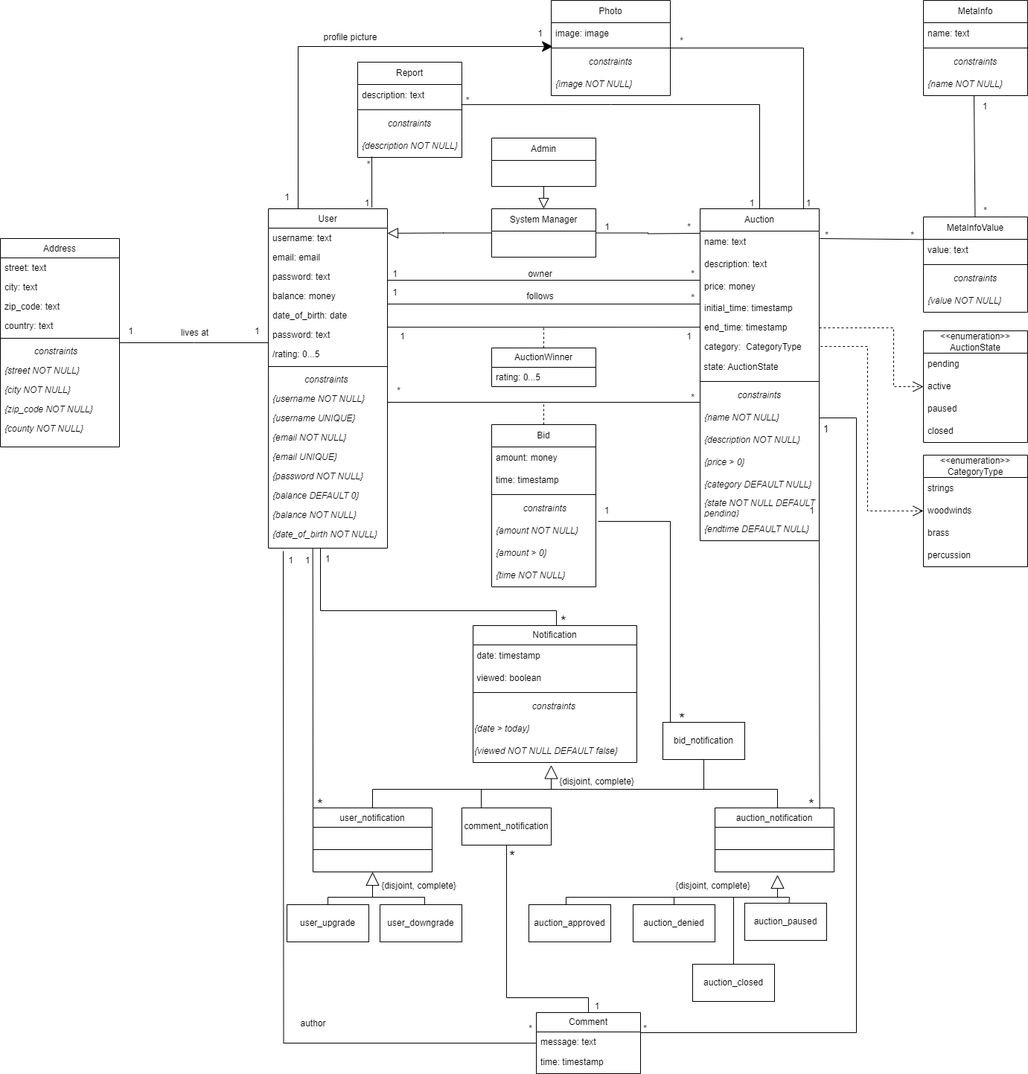
Sereno1710/feup-lbaw keeps this draw.io diagram as wiki/resources/UML.png. Above is the earlier version. Source tidied: cells renumbered, new cells last; positions are measured from the earlier drawing's top-left corner, leaving out a move shared by most shapes.
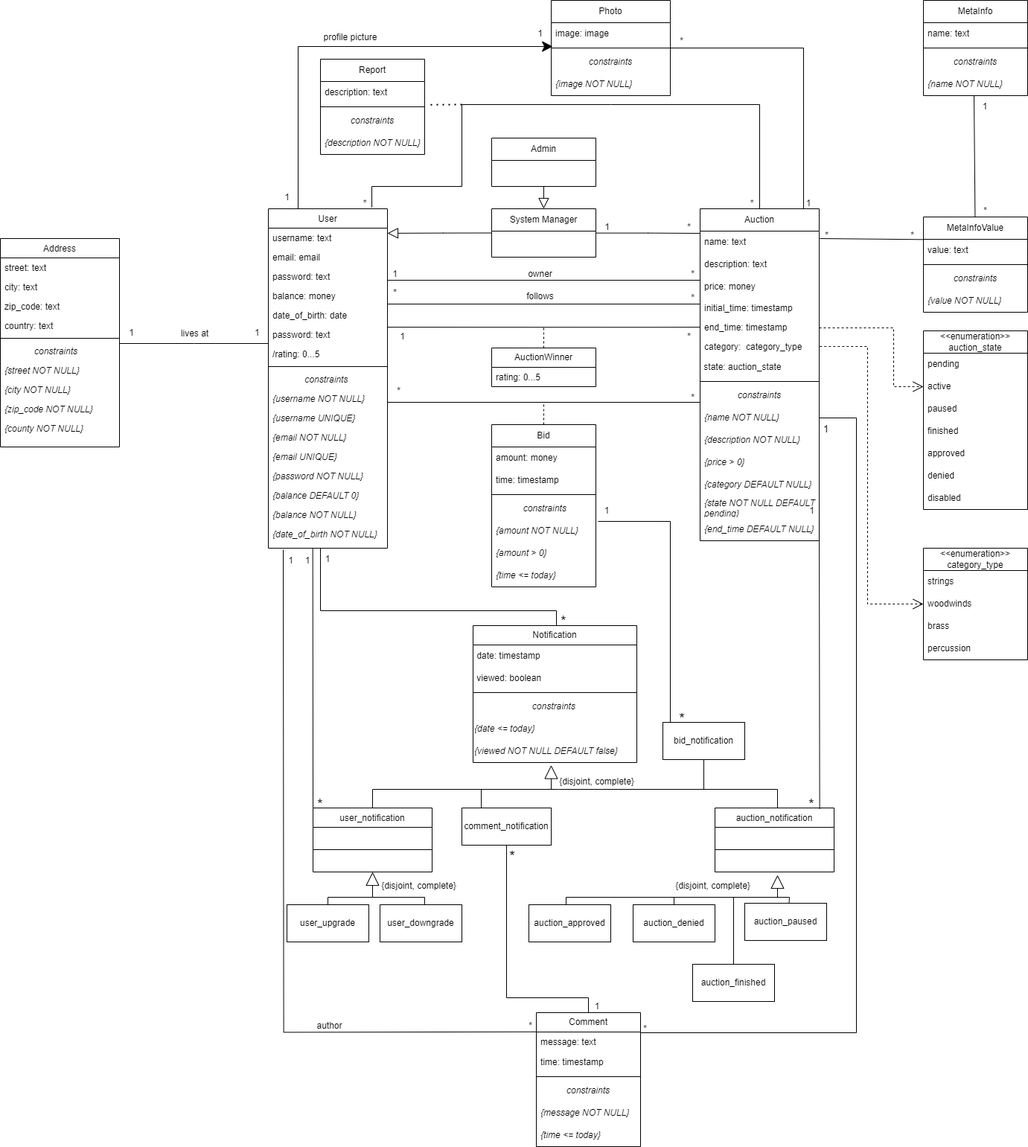
Later version of the same file.

Diff of the diagram source:
```diff
@@ -148,10 +148,10 @@
     <mxCell id="44" value="end_time: timestamp" style="text;strokeColor=none;fillColor=none;align=left;verticalAlign=top;spacingLeft=4;spacingRight=4;overflow=hidden;whiteSpace=wrap;html=1;fontSize=12;" parent="39" vertex="1">
       <mxGeometry y="146" width="160" height="26" as="geometry" />
     </mxCell>
-    <mxCell id="45" value="category:&amp;nbsp; CategoryType" style="text;strokeColor=none;fillColor=none;align=left;verticalAlign=top;spacingLeft=4;spacingRight=4;overflow=hidden;points=[[0,0.5],[1,0.5]];portConstraint=eastwest;whiteSpace=wrap;html=1;fontSize=12;" parent="39" vertex="1">
+    <mxCell id="45" value="category:&amp;nbsp; category_type" style="text;strokeColor=none;fillColor=none;align=left;verticalAlign=top;spacingLeft=4;spacingRight=4;overflow=hidden;points=[[0,0.5],[1,0.5]];portConstraint=eastwest;whiteSpace=wrap;html=1;fontSize=12;" parent="39" vertex="1">
       <mxGeometry y="172" width="160" height="26" as="geometry" />
     </mxCell>
-    <mxCell id="46" value="&amp;nbsp;state: AuctionState" style="text;html=1;align=left;verticalAlign=middle;strokeColor=none;fillColor=none;" parent="39" vertex="1">
+    <mxCell id="46" value="&amp;nbsp;state: auction_state" style="text;html=1;align=left;verticalAlign=middle;strokeColor=none;fillColor=none;" parent="39" vertex="1">
       <mxGeometry y="198" width="160" height="30" as="geometry" />
     </mxCell>
     <mxCell id="47" style="line;strokeWidth=1;fillColor=none;align=left;verticalAlign=middle;spacingTop=-1;spacingLeft=3;spacingRight=3;labelPosition=right;strokeColor=inherit;fontSize=12;" parent="39" vertex="1">
@@ -175,7 +175,7 @@
     <mxCell id="53" value="{state NOT NULL DEFAULT pending}" style="text;strokeColor=none;fillColor=none;align=left;verticalAlign=middle;spacingLeft=4;spacingRight=4;overflow=hidden;points=[[0,0.5],[1,0.5]];portConstraint=eastwest;whiteSpace=wrap;html=1;fontSize=12;fontStyle=2;" parent="39" vertex="1">
       <mxGeometry y="386" width="160" height="30" as="geometry" />
     </mxCell>
-    <mxCell id="54" value="{endtime DEFAULT NULL}" style="text;strokeColor=none;fillColor=none;align=left;verticalAlign=middle;spacingLeft=4;spacingRight=4;overflow=hidden;whiteSpace=wrap;html=1;fontSize=12;fontStyle=2;" parent="39" vertex="1">
+    <mxCell id="54" value="{end_time DEFAULT NULL}" style="text;strokeColor=none;fillColor=none;align=left;verticalAlign=middle;spacingLeft=4;spacingRight=4;overflow=hidden;whiteSpace=wrap;html=1;fontSize=12;fontStyle=2;" parent="39" vertex="1">
       <mxGeometry y="416" width="160" height="30" as="geometry" />
     </mxCell>
     <mxCell id="55" style="edgeStyle=orthogonalEdgeStyle;rounded=0;jettySize=auto;html=1;endArrow=none;endFill=0;dashed=1;" parent="1" edge="1" source="56">
@@ -204,7 +204,7 @@
     <mxCell id="62" value="&lt;div style=&quot;font-size: 12px;&quot;&gt;&lt;i style=&quot;font-size: 12px;&quot;&gt;{amount &amp;gt; 0}&lt;/i&gt;&lt;/div&gt;" style="text;strokeColor=none;fillColor=none;align=left;verticalAlign=middle;spacingLeft=4;spacingRight=4;overflow=hidden;whiteSpace=wrap;html=1;fontSize=12;" parent="56" vertex="1">
       <mxGeometry y="158" width="140" height="30" as="geometry" />
     </mxCell>
-    <mxCell id="63" value="&lt;div style=&quot;font-size: 12px;&quot;&gt;&lt;i style=&quot;font-size: 12px;&quot;&gt;{time NOT NULL}&lt;/i&gt;&lt;/div&gt;" style="text;strokeColor=none;fillColor=none;align=left;verticalAlign=middle;spacingLeft=4;spacingRight=4;overflow=hidden;whiteSpace=wrap;html=1;fontSize=12;" parent="56" vertex="1">
+    <mxCell id="63" value="&lt;div style=&quot;font-size: 12px;&quot;&gt;&lt;i style=&quot;font-size: 12px;&quot;&gt;{time &amp;lt;= today}&lt;/i&gt;&lt;/div&gt;" style="text;strokeColor=none;fillColor=none;align=left;verticalAlign=middle;spacingLeft=4;spacingRight=4;overflow=hidden;whiteSpace=wrap;html=1;fontSize=12;" parent="56" vertex="1">
       <mxGeometry y="188" width="140" height="30" as="geometry" />
     </mxCell>
     <mxCell id="64" style="edgeStyle=orthogonalEdgeStyle;rounded=0;orthogonalLoop=1;jettySize=auto;html=1;entryX=1;entryY=0.5;entryDx=0;entryDy=0;endArrow=none;endFill=0;" parent="1" edge="1">
@@ -219,7 +219,7 @@
       </mxGeometry>
     </mxCell>
     <mxCell id="65" value="Comment" style="swimlane;fontStyle=0;horizontal=1;startSize=26;fillColor=none;whiteSpace=wrap;html=1;fontSize=12;" parent="1" vertex="1">
-      <mxGeometry x="720" y="1360" width="140" height="82" as="geometry" />
+      <mxGeometry x="720" y="1360" width="140" height="180" as="geometry" />
     </mxCell>
     <mxCell id="66" value="message: text" style="text;strokeColor=none;fillColor=none;align=left;verticalAlign=top;spacingLeft=4;spacingRight=4;overflow=hidden;whiteSpace=wrap;html=1;fontSize=12;" parent="65" vertex="1">
       <mxGeometry y="26" width="140" height="26" as="geometry" />
@@ -227,6 +227,18 @@
     <mxCell id="67" value="time: timestamp" style="text;strokeColor=none;fillColor=none;align=left;verticalAlign=middle;spacingLeft=4;spacingRight=4;overflow=hidden;whiteSpace=wrap;html=1;fontSize=12;" parent="65" vertex="1">
       <mxGeometry y="52" width="140" height="30" as="geometry" />
     </mxCell>
+    <mxCell id="199" style="line;strokeWidth=1;fillColor=none;align=left;verticalAlign=middle;spacingTop=-1;spacingLeft=3;spacingRight=3;labelPosition=right;strokeColor=inherit;" parent="65" vertex="1">
+      <mxGeometry y="82" width="140" height="8" as="geometry" />
+    </mxCell>
+    <mxCell id="200" value="&lt;i&gt;constraints&lt;/i&gt;" style="text;strokeColor=none;fillColor=none;align=center;verticalAlign=middle;spacingLeft=4;spacingRight=4;overflow=hidden;whiteSpace=wrap;html=1;fontSize=12;" parent="65" vertex="1">
+      <mxGeometry y="90" width="140" height="30" as="geometry" />
+    </mxCell>
+    <mxCell id="201" value="&lt;i&gt;{message NOT NULL}&lt;/i&gt;" style="text;strokeColor=none;fillColor=none;align=left;verticalAlign=middle;spacingLeft=4;spacingRight=4;overflow=hidden;whiteSpace=wrap;html=1;fontSize=12;" parent="65" vertex="1">
+      <mxGeometry y="120" width="140" height="30" as="geometry" />
+    </mxCell>
+    <mxCell id="202" value="&lt;i&gt;{time &amp;lt;= today}&lt;/i&gt;" style="text;strokeColor=none;fillColor=none;align=left;verticalAlign=middle;spacingLeft=4;spacingRight=4;overflow=hidden;whiteSpace=wrap;html=1;fontSize=12;" parent="65" vertex="1">
+      <mxGeometry y="150" width="140" height="30" as="geometry" />
+    </mxCell>
     <mxCell id="68" style="edgeStyle=orthogonalEdgeStyle;rounded=0;jettySize=auto;html=1;dashed=1;endArrow=none;endFill=0;" parent="1" edge="1" source="69">
       <mxGeometry relative="1" as="geometry">
         <mxPoint x="730" y="440" as="targetPoint" />
@@ -316,9 +328,10 @@
     <mxCell id="95" value="*" style="text;html=1;align=center;verticalAlign=middle;strokeColor=none;fillColor=none;fontSize=12;" parent="1" vertex="1">
       <mxGeometry x="1308" y="268" width="30" height="30" as="geometry" />
     </mxCell>
-    <mxCell id="96" style="edgeStyle=orthogonalEdgeStyle;rounded=0;jettySize=auto;html=1;entryX=1;entryY=0.25;entryDx=0;entryDy=0;endArrow=none;endFill=0;fontSize=12;exitX=0;exitY=0.5;exitDx=0;exitDy=0;" parent="1" edge="1" source="65">
+    <mxCell id="96" style="edgeStyle=orthogonalEdgeStyle;rounded=0;orthogonalLoop=1;jettySize=auto;html=1;entryX=1;entryY=0.25;entryDx=0;entryDy=0;endArrow=none;endFill=0;fontSize=12;exitX=-0.003;exitY=0.068;exitDx=0;exitDy=0;exitPerimeter=0;" parent="1" edge="1">
       <mxGeometry relative="1" as="geometry">
-        <mxPoint x="380" y="740" as="targetPoint" />
+        <mxPoint x="719.6" y="1385.8" as="sourcePoint" />
+        <mxPoint x="380" y="738" as="targetPoint" />
       </mxGeometry>
     </mxCell>
     <mxCell id="97" value="*" style="text;html=1;align=center;verticalAlign=middle;strokeColor=none;fillColor=none;fontSize=12;" parent="1" vertex="1">
@@ -356,7 +369,7 @@
     <mxCell id="105" value="*" style="text;html=1;align=center;verticalAlign=middle;strokeColor=none;fillColor=none;" parent="1" vertex="1">
       <mxGeometry x="915" y="353" width="30" height="30" as="geometry" />
     </mxCell>
-    <mxCell id="106" value="1" style="text;html=1;align=center;verticalAlign=middle;strokeColor=none;fillColor=none;" parent="1" vertex="1">
+    <mxCell id="106" value="*" style="text;html=1;align=center;verticalAlign=middle;strokeColor=none;fillColor=none;" parent="1" vertex="1">
       <mxGeometry x="515" y="378" width="30" height="30" as="geometry" />
     </mxCell>
     <mxCell id="107" value="follows" style="text;html=1;align=center;verticalAlign=middle;strokeColor=none;fillColor=none;" parent="1" vertex="1">
@@ -365,8 +378,8 @@
     <mxCell id="108" value="*" style="text;html=1;align=center;verticalAlign=middle;strokeColor=none;fillColor=none;" parent="1" vertex="1">
       <mxGeometry x="915" y="385" width="30" height="30" as="geometry" />
     </mxCell>
-    <mxCell id="109" value="&lt;div&gt;&amp;lt;&amp;lt;enumeration&amp;gt;&amp;gt;&lt;/div&gt;&lt;div&gt;CategoryType&lt;br&gt;&lt;/div&gt;" style="swimlane;fontStyle=0;horizontal=1;startSize=30;whiteSpace=wrap;html=1;" parent="1" vertex="1">
-      <mxGeometry x="1240" y="611" width="140" height="150" as="geometry" />
+    <mxCell id="109" value="&lt;div&gt;&amp;lt;&amp;lt;enumeration&amp;gt;&amp;gt;&lt;/div&gt;&lt;div&gt;category_type&lt;br&gt;&lt;/div&gt;" style="swimlane;fontStyle=0;horizontal=1;startSize=30;whiteSpace=wrap;html=1;" parent="1" vertex="1">
+      <mxGeometry x="1240" y="736" width="140" height="150" as="geometry" />
     </mxCell>
     <mxCell id="110" value="strings" style="text;strokeColor=none;fillColor=none;align=left;verticalAlign=middle;spacingLeft=4;spacingRight=4;overflow=hidden;whiteSpace=wrap;html=1;" parent="109" vertex="1">
       <mxGeometry y="30" width="140" height="30" as="geometry" />
@@ -405,7 +418,7 @@
       <mxGeometry x="375" y="738" width="30" height="30" as="geometry" />
     </mxCell>
     <mxCell id="120" value="*" style="text;html=1;align=center;verticalAlign=middle;strokeColor=none;fillColor=none;" parent="1" vertex="1">
-      <mxGeometry x="697" y="1367" width="30" height="30" as="geometry" />
+      <mxGeometry x="697" y="1363" width="30" height="30" as="geometry" />
     </mxCell>
     <mxCell id="121" value="*" style="text;html=1;align=center;verticalAlign=middle;strokeColor=none;fillColor=none;" parent="1" vertex="1">
       <mxGeometry x="851" y="1367" width="30" height="30" as="geometry" />
@@ -413,8 +426,8 @@
     <mxCell id="122" value="1" style="text;html=1;align=center;verticalAlign=middle;strokeColor=none;fillColor=none;fontSize=13;" parent="1" vertex="1">
       <mxGeometry x="1094" y="561" width="30" height="30" as="geometry" />
     </mxCell>
-    <mxCell id="123" value="&lt;div&gt;&amp;lt;&amp;lt;enumeration&amp;gt;&amp;gt;&lt;/div&gt;&lt;div&gt;AuctionState&lt;/div&gt;" style="swimlane;fontStyle=0;horizontal=1;startSize=30;whiteSpace=wrap;html=1;" parent="1" vertex="1">
-      <mxGeometry x="1240" y="444" width="140" height="150" as="geometry" />
+    <mxCell id="123" value="&lt;div&gt;&amp;lt;&amp;lt;enumeration&amp;gt;&amp;gt;&lt;/div&gt;&lt;div&gt;auction_state&lt;/div&gt;" style="swimlane;fontStyle=0;horizontal=1;startSize=30;whiteSpace=wrap;html=1;" parent="1" vertex="1">
+      <mxGeometry x="1240" y="444" width="140" height="240" as="geometry" />
     </mxCell>
     <mxCell id="124" value="pending" style="text;strokeColor=none;fillColor=none;align=left;verticalAlign=middle;spacingLeft=4;spacingRight=4;overflow=hidden;whiteSpace=wrap;html=1;" parent="123" vertex="1">
       <mxGeometry y="30" width="140" height="30" as="geometry" />
@@ -425,9 +438,18 @@
     <mxCell id="126" value="paused" style="text;strokeColor=none;fillColor=none;align=left;verticalAlign=middle;spacingLeft=4;spacingRight=4;overflow=hidden;whiteSpace=wrap;html=1;" parent="123" vertex="1">
       <mxGeometry y="90" width="140" height="30" as="geometry" />
     </mxCell>
-    <mxCell id="127" value="closed" style="text;strokeColor=none;fillColor=none;align=left;verticalAlign=middle;spacingLeft=4;spacingRight=4;overflow=hidden;whiteSpace=wrap;html=1;" parent="123" vertex="1">
+    <mxCell id="127" value="finished" style="text;strokeColor=none;fillColor=none;align=left;verticalAlign=middle;spacingLeft=4;spacingRight=4;overflow=hidden;whiteSpace=wrap;html=1;" parent="123" vertex="1">
       <mxGeometry y="120" width="140" height="30" as="geometry" />
     </mxCell>
+    <mxCell id="203" value="approved" style="text;strokeColor=none;fillColor=none;align=left;verticalAlign=middle;spacingLeft=4;spacingRight=4;overflow=hidden;whiteSpace=wrap;html=1;" parent="123" vertex="1">
+      <mxGeometry y="150" width="140" height="30" as="geometry" />
+    </mxCell>
+    <mxCell id="204" value="denied" style="text;strokeColor=none;fillColor=none;align=left;verticalAlign=middle;spacingLeft=4;spacingRight=4;overflow=hidden;whiteSpace=wrap;html=1;" parent="123" vertex="1">
+      <mxGeometry y="180" width="140" height="30" as="geometry" />
+    </mxCell>
+    <mxCell id="205" value="disabled" style="text;strokeColor=none;fillColor=none;align=left;verticalAlign=middle;spacingLeft=4;spacingRight=4;overflow=hidden;whiteSpace=wrap;html=1;" parent="123" vertex="1">
+      <mxGeometry y="210" width="140" height="30" as="geometry" />
+    </mxCell>
     <mxCell id="128" style="edgeStyle=orthogonalEdgeStyle;rounded=0;jettySize=auto;html=1;entryX=0;entryY=0.5;entryDx=0;entryDy=0;dashed=1;endArrow=open;endFill=0;endSize=12;" parent="1" edge="1" target="125">
       <mxGeometry relative="1" as="geometry">
         <mxPoint x="1100" y="440" as="sourcePoint" />
@@ -447,14 +469,14 @@
         </Array>
       </mxGeometry>
     </mxCell>
-    <mxCell id="130" value="1" style="text;html=1;align=center;verticalAlign=middle;strokeColor=none;fillColor=none;" parent="1" vertex="1">
+    <mxCell id="130" value="*" style="text;html=1;align=center;verticalAlign=middle;strokeColor=none;fillColor=none;" parent="1" vertex="1">
       <mxGeometry x="910" y="437" width="30" height="30" as="geometry" />
     </mxCell>
     <mxCell id="131" value="1" style="text;html=1;align=center;verticalAlign=middle;strokeColor=none;fillColor=none;" parent="1" vertex="1">
       <mxGeometry x="525" y="437" width="30" height="30" as="geometry" />
     </mxCell>
     <mxCell id="132" value="author" style="text;html=1;align=center;verticalAlign=middle;strokeColor=none;fillColor=none;" parent="1" vertex="1">
-      <mxGeometry x="390" y="1360" width="60" height="30" as="geometry" />
+      <mxGeometry x="412" y="1363" width="60" height="30" as="geometry" />
     </mxCell>
     <mxCell id="133" value="comment_notification" style="html=1;whiteSpace=wrap;" parent="1" vertex="1">
       <mxGeometry x="620" y="1085" width="120" height="50" as="geometry" />
@@ -480,7 +502,7 @@
     <mxCell id="140" value="&lt;i&gt;constraints&lt;/i&gt;&amp;nbsp;" style="text;html=1;align=center;verticalAlign=middle;strokeColor=none;fillColor=none;" parent="136" vertex="1">
       <mxGeometry y="94" width="220" height="30" as="geometry" />
     </mxCell>
-    <mxCell id="141" value="&lt;i&gt;{date &amp;gt; today}&lt;/i&gt;" style="text;html=1;align=left;verticalAlign=middle;strokeColor=none;fillColor=none;" parent="136" vertex="1">
+    <mxCell id="141" value="&lt;i&gt;{date &amp;lt;= today}&lt;/i&gt;" style="text;html=1;align=left;verticalAlign=middle;strokeColor=none;fillColor=none;" parent="136" vertex="1">
       <mxGeometry y="124" width="220" height="30" as="geometry" />
     </mxCell>
     <mxCell id="142" value="&lt;i&gt;{viewed NOT NULL DEFAULT false}&lt;/i&gt;" style="text;html=1;align=left;verticalAlign=middle;points=[];strokeColor=none;fillColor=none;" parent="136" vertex="1">
@@ -546,7 +568,7 @@
         </Array>
       </mxGeometry>
     </mxCell>
-    <mxCell id="157" value="auction_closed" style="html=1;whiteSpace=wrap;" parent="1" vertex="1">
+    <mxCell id="157" value="auction_finished" style="html=1;whiteSpace=wrap;" parent="1" vertex="1">
       <mxGeometry x="930" y="1295" width="110" height="50" as="geometry" />
     </mxCell>
     <mxCell id="158" value="auction_paused" style="html=1;whiteSpace=wrap;" parent="1" vertex="1">
@@ -685,7 +707,7 @@
       <mxGeometry x="886" y="950" width="60" height="30" as="geometry" />
     </mxCell>
     <mxCell id="187" value="Report" style="swimlane;fontStyle=0;horizontal=1;startSize=30;whiteSpace=wrap;html=1;" parent="1" vertex="1">
-      <mxGeometry x="480" y="83" width="140" height="128" as="geometry" />
+      <mxGeometry x="430" y="79" width="140" height="128" as="geometry" />
     </mxCell>
     <mxCell id="188" value="description: text" style="text;strokeColor=none;fillColor=none;align=left;verticalAlign=middle;spacingLeft=4;spacingRight=4;overflow=hidden;points=[[0,0.5],[1,0.5]];portConstraint=eastwest;whiteSpace=wrap;html=1;" parent="187" vertex="1">
       <mxGeometry y="30" width="140" height="30" as="geometry" />
@@ -699,31 +721,37 @@
     <mxCell id="191" value="&lt;i&gt;{description NOT NULL}&lt;/i&gt;" style="text;strokeColor=none;fillColor=none;align=left;verticalAlign=middle;spacingLeft=4;spacingRight=4;overflow=hidden;points=[[0,0.5],[1,0.5]];portConstraint=eastwest;whiteSpace=wrap;html=1;" parent="187" vertex="1">
       <mxGeometry y="98" width="140" height="30" as="geometry" />
     </mxCell>
-    <mxCell id="192" style="endArrow=none;html=1;rounded=0;entryX=0.136;entryY=0.967;entryDx=0;entryDy=0;entryPerimeter=0;exitX=0.869;exitY=-0.004;exitDx=0;exitDy=0;exitPerimeter=0;" parent="1" edge="1" source="3" target="191">
-      <mxGeometry relative="1" as="geometry" />
+    <mxCell id="192" style="endArrow=none;html=1;rounded=0;exitX=0.869;exitY=-0.004;exitDx=0;exitDy=0;exitPerimeter=0;" parent="1" edge="1" source="3">
+      <mxGeometry relative="1" as="geometry">
+        <mxPoint x="620" y="140" as="targetPoint" />
+        <Array as="points">
+          <mxPoint x="499" y="250" />
+          <mxPoint x="620" y="250" />
+        </Array>
+      </mxGeometry>
     </mxCell>
-    <mxCell id="193" value="1" style="text;html=1;strokeColor=none;fillColor=none;align=center;verticalAlign=middle;whiteSpace=wrap;rounded=0;" parent="1" vertex="1">
-      <mxGeometry x="463" y="258" width="60" height="30" as="geometry" />
+    <mxCell id="193" value="*" style="text;html=1;strokeColor=none;fillColor=none;align=center;verticalAlign=middle;whiteSpace=wrap;rounded=0;" parent="1" vertex="1">
+      <mxGeometry x="460" y="258" width="60" height="30" as="geometry" />
     </mxCell>
-    <mxCell id="194" value="*" style="text;html=1;strokeColor=none;fillColor=none;align=center;verticalAlign=middle;whiteSpace=wrap;rounded=0;" parent="1" vertex="1">
-      <mxGeometry x="465" y="205.5" width="60" height="30" as="geometry" />
-    </mxCell>
-    <mxCell id="195" style="endArrow=none;html=1;rounded=0;entryX=0.994;entryY=0.903;entryDx=0;entryDy=0;entryPerimeter=0;exitX=0.5;exitY=0;exitDx=0;exitDy=0;" parent="1" edge="1" source="39" target="188">
+    <mxCell id="195" style="endArrow=none;html=1;rounded=0;exitX=0.5;exitY=0;exitDx=0;exitDy=0;" parent="1" edge="1" source="39">
       <mxGeometry relative="1" as="geometry">
+        <mxPoint x="620" y="140" as="targetPoint" />
         <Array as="points">
           <mxPoint x="1020" y="140" />
           <mxPoint x="820" y="140" />
         </Array>
       </mxGeometry>
     </mxCell>
-    <mxCell id="196" value="*" style="text;html=1;strokeColor=none;fillColor=none;align=center;verticalAlign=middle;whiteSpace=wrap;rounded=0;" parent="1" vertex="1">
-      <mxGeometry x="598" y="120" width="60" height="30" as="geometry" />
-    </mxCell>
-    <mxCell id="197" value="1" style="text;html=1;strokeColor=none;fillColor=none;align=center;verticalAlign=middle;whiteSpace=wrap;rounded=0;" parent="1" vertex="1">
+    <mxCell id="197" value="*" style="text;html=1;strokeColor=none;fillColor=none;align=center;verticalAlign=middle;whiteSpace=wrap;rounded=0;" parent="1" vertex="1">
       <mxGeometry x="980" y="258" width="60" height="30" as="geometry" />
     </mxCell>
     <mxCell id="198" value="1" style="text;html=1;strokeColor=none;fillColor=none;align=center;verticalAlign=middle;whiteSpace=wrap;rounded=0;" parent="1" vertex="1">
       <mxGeometry x="1056" y="258" width="60" height="30" as="geometry" />
     </mxCell>
+    <mxCell id="206" style="endArrow=none;dashed=1;html=1;dashPattern=1 3;strokeWidth=2;rounded=0;entryX=1.015;entryY=1.042;entryDx=0;entryDy=0;entryPerimeter=0;" parent="1" edge="1" target="188">
+      <mxGeometry relative="1" as="geometry">
+        <mxPoint x="620" y="140" as="sourcePoint" />
+      </mxGeometry>
+    </mxCell>
   </root>
 </mxGraphModel>
```
